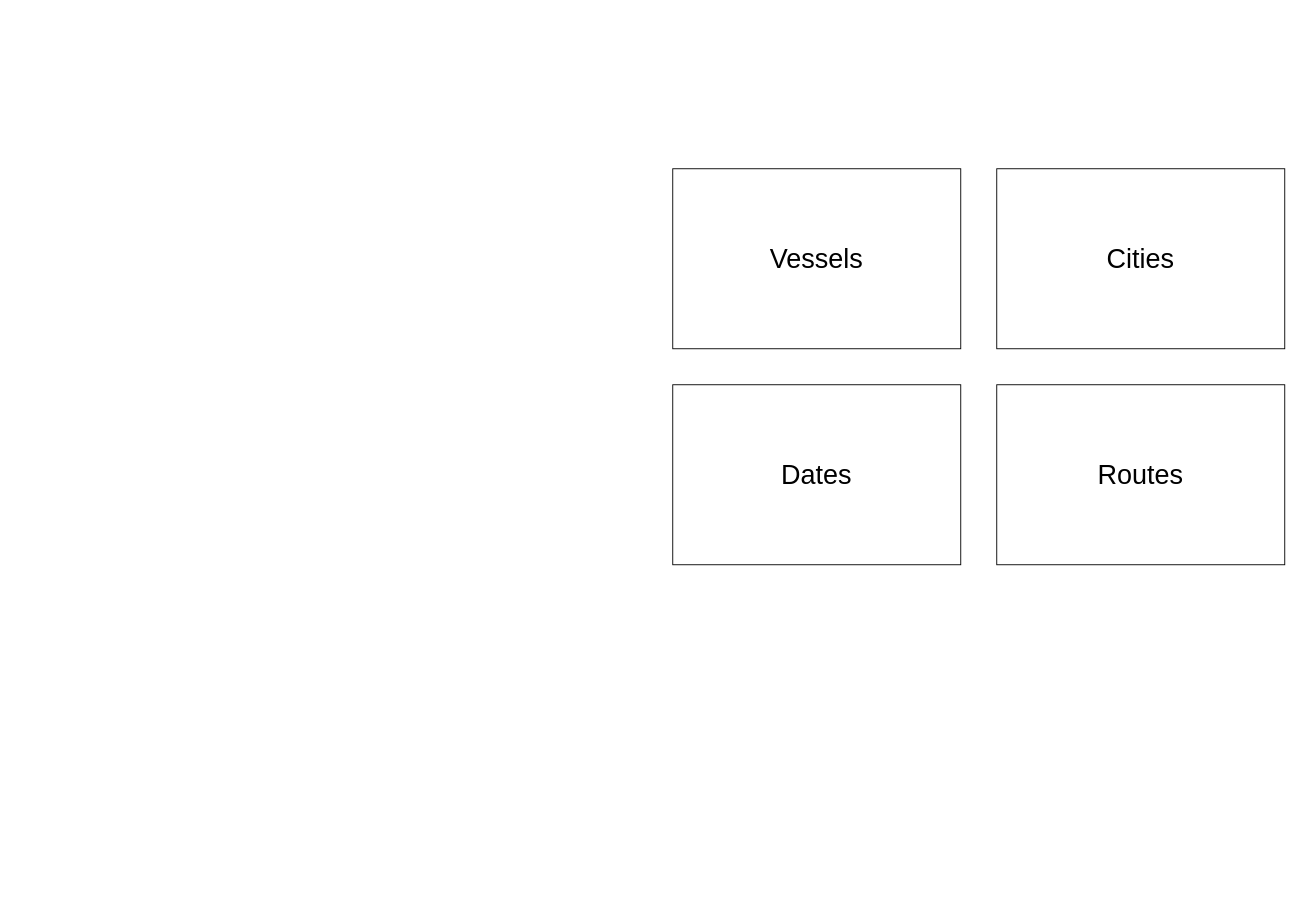
Before: drawIo/PP2(E/R)Diagram.drawio in jmsaRuc/sofdevporjekt, a draw.io diagram. Source tidied: cells renumbered, new cells numbered last; positions are measured from the earlier drawing's top-left corner, leaving out a move shared by most shapes. Both pictures are drawn from the tidied source at 90%, with x=0, y=0 at pixel (672, 168).
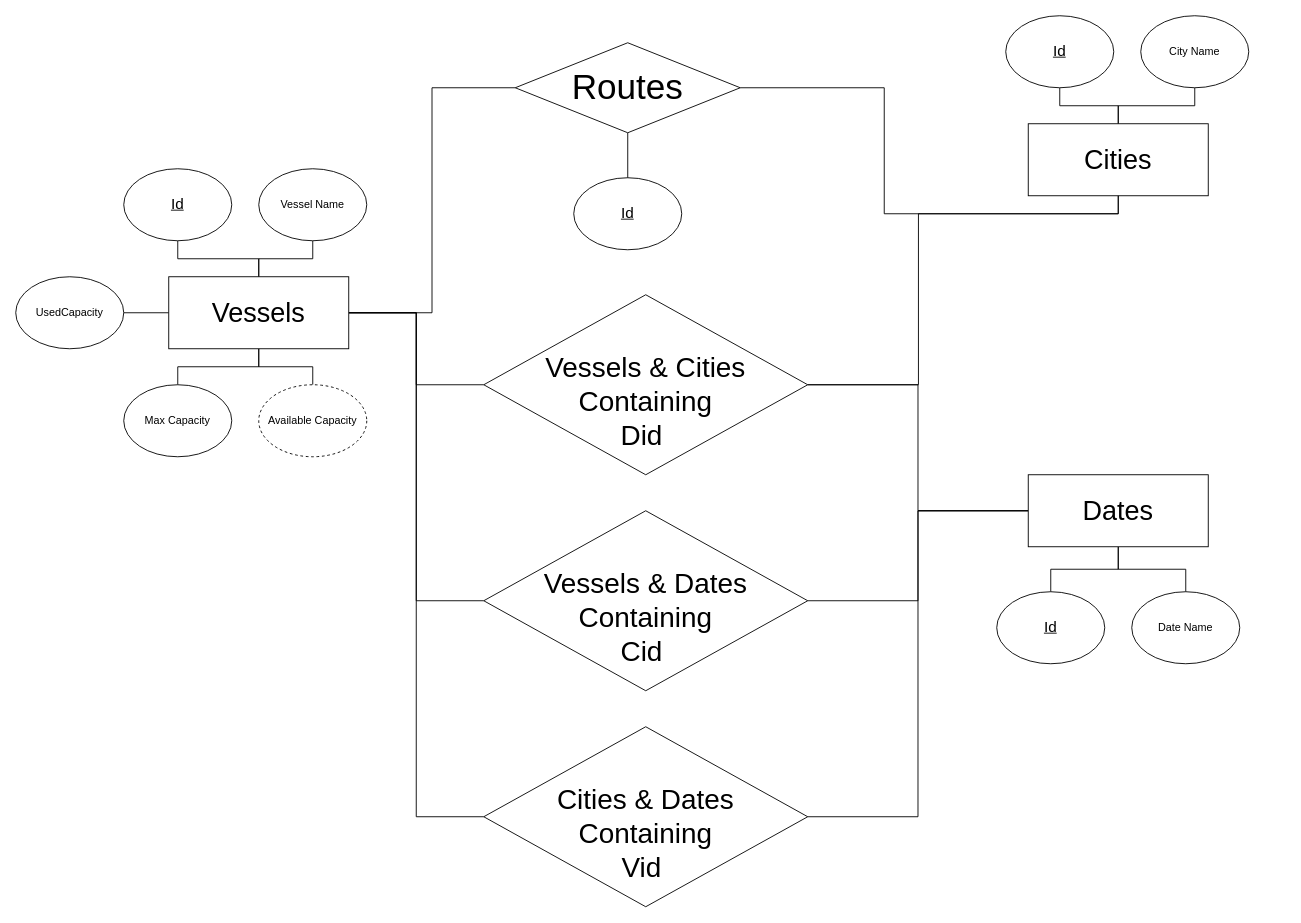
The same diagram, later.

Diff of the diagram source:
```diff
@@
+    <mxCell id="6" style="edgeStyle=orthogonalEdgeStyle;rounded=0;jettySize=auto;html=1;endArrow=none;endFill=0;" parent="1" edge="1" source="2" target="25">
+      <mxGeometry relative="1" as="geometry" />
+    </mxCell>
+    <mxCell id="7" style="edgeStyle=orthogonalEdgeStyle;rounded=0;jettySize=auto;html=1;endArrow=none;endFill=0;" parent="1" edge="1" source="2" target="23">
+      <mxGeometry relative="1" as="geometry" />
+    </mxCell>
+    <mxCell id="8" style="edgeStyle=orthogonalEdgeStyle;rounded=0;jettySize=auto;html=1;endArrow=none;endFill=0;" parent="1" edge="1" source="2" target="24">
+      <mxGeometry relative="1" as="geometry" />
+    </mxCell>
+    <mxCell id="9" style="edgeStyle=orthogonalEdgeStyle;rounded=0;jettySize=auto;html=1;endArrow=none;endFill=0;" parent="1" edge="1" source="2" target="27">
+      <mxGeometry relative="1" as="geometry" />
+    </mxCell>
+    <mxCell id="10" style="edgeStyle=orthogonalEdgeStyle;rounded=0;jettySize=auto;html=1;entryX=0.5;entryY=0;entryDx=0;entryDy=0;endArrow=none;endFill=0;" parent="1" edge="1" source="2" target="26">
+      <mxGeometry relative="1" as="geometry" />
+    </mxCell>
+    <mxCell id="11" style="edgeStyle=orthogonalEdgeStyle;rounded=0;jettySize=auto;html=1;entryX=0;entryY=0.5;entryDx=0;entryDy=0;endArrow=none;endFill=0;" parent="1" edge="1" source="2" target="35">
+      <mxGeometry relative="1" as="geometry" />
+    </mxCell>
+    <mxCell id="12" style="edgeStyle=orthogonalEdgeStyle;rounded=0;jettySize=auto;html=1;entryX=0;entryY=0.5;entryDx=0;entryDy=0;endArrow=none;endFill=0;" parent="1" edge="1" source="2" target="5">
+      <mxGeometry relative="1" as="geometry" />
+    </mxCell>
+    <mxCell id="13" style="edgeStyle=orthogonalEdgeStyle;rounded=0;jettySize=auto;html=1;entryX=0;entryY=0.5;entryDx=0;entryDy=0;endArrow=none;endFill=0;" parent="1" edge="1" source="2" target="36">
+      <mxGeometry relative="1" as="geometry" />
+    </mxCell>
+    <mxCell id="14" style="edgeStyle=orthogonalEdgeStyle;rounded=0;jettySize=auto;html=1;entryX=0;entryY=0.5;entryDx=0;entryDy=0;endArrow=none;endFill=0;" parent="1" edge="1" source="2" target="37">
+      <mxGeometry relative="1" as="geometry" />
+    </mxCell>
     <mxCell id="2" value="&lt;font style=&quot;font-size: 30px;&quot;&gt;Vessels&lt;/font&gt;" style="rounded=0;whiteSpace=wrap;html=1;" parent="1" vertex="1">
-      <mxGeometry width="320" height="200" as="geometry" />
+      <mxGeometry x="-560" y="120" width="200" height="80" as="geometry" />
     </mxCell>
+    <mxCell id="15" style="edgeStyle=orthogonalEdgeStyle;rounded=0;jettySize=auto;html=1;endArrow=none;endFill=0;" parent="1" edge="1" source="3" target="29">
+      <mxGeometry relative="1" as="geometry" />
+    </mxCell>
+    <mxCell id="16" style="edgeStyle=orthogonalEdgeStyle;rounded=0;jettySize=auto;html=1;endArrow=none;endFill=0;" parent="1" edge="1" source="3" target="28">
+      <mxGeometry relative="1" as="geometry" />
+    </mxCell>
+    <mxCell id="17" style="edgeStyle=orthogonalEdgeStyle;rounded=0;jettySize=auto;html=1;entryX=1;entryY=0.5;entryDx=0;entryDy=0;endArrow=none;endFill=0;" parent="1" edge="1" source="3" target="37">
+      <mxGeometry relative="1" as="geometry">
+        <Array as="points">
+          <mxPoint x="495" y="50" />
+          <mxPoint x="273" y="50" />
+          <mxPoint x="273" y="240" />
+        </Array>
+      </mxGeometry>
+    </mxCell>
     <mxCell id="3" value="&lt;font style=&quot;font-size: 30px;&quot;&gt;Cities&lt;/font&gt;" style="rounded=0;whiteSpace=wrap;html=1;" parent="1" vertex="1">
-      <mxGeometry x="360" width="320" height="200" as="geometry" />
+      <mxGeometry x="395" y="-50" width="200" height="80" as="geometry" />
     </mxCell>
+    <mxCell id="18" style="edgeStyle=orthogonalEdgeStyle;rounded=0;jettySize=auto;html=1;endArrow=none;endFill=0;" parent="1" edge="1" source="4" target="31">
+      <mxGeometry relative="1" as="geometry" />
+    </mxCell>
+    <mxCell id="19" style="edgeStyle=orthogonalEdgeStyle;rounded=0;jettySize=auto;html=1;endArrow=none;endFill=0;" parent="1" edge="1" source="4" target="30">
+      <mxGeometry relative="1" as="geometry" />
+    </mxCell>
+    <mxCell id="20" style="edgeStyle=orthogonalEdgeStyle;rounded=0;jettySize=auto;html=1;exitX=0;exitY=0.5;exitDx=0;exitDy=0;entryX=1;entryY=0.5;entryDx=0;entryDy=0;endArrow=none;endFill=0;" parent="1" edge="1" source="4" target="35">
+      <mxGeometry relative="1" as="geometry" />
+    </mxCell>
+    <mxCell id="21" style="edgeStyle=orthogonalEdgeStyle;rounded=0;jettySize=auto;html=1;entryX=1;entryY=0.5;entryDx=0;entryDy=0;endArrow=none;endFill=0;" parent="1" edge="1" source="4" target="36">
+      <mxGeometry relative="1" as="geometry" />
+    </mxCell>
+    <mxCell id="22" style="edgeStyle=orthogonalEdgeStyle;rounded=0;jettySize=auto;html=1;entryX=1;entryY=0.5;entryDx=0;entryDy=0;endArrow=none;endFill=0;" parent="1" edge="1" source="4" target="37">
+      <mxGeometry relative="1" as="geometry" />
+    </mxCell>
     <mxCell id="4" value="&lt;font style=&quot;font-size: 30px;&quot;&gt;Dates&lt;/font&gt;" style="rounded=0;whiteSpace=wrap;html=1;" parent="1" vertex="1">
-      <mxGeometry y="240" width="320" height="200" as="geometry" />
+      <mxGeometry x="395" y="340" width="200" height="80" as="geometry" />
     </mxCell>
+    <mxCell id="23" value="&lt;u&gt;&lt;font style=&quot;font-size: 17px;&quot;&gt;Id&lt;/font&gt;&lt;/u&gt;" style="ellipse;whiteSpace=wrap;html=1;" parent="1" vertex="1">
+      <mxGeometry x="-610" width="120" height="80" as="geometry" />
+    </mxCell>
+    <mxCell id="24" value="Vessel Name" style="ellipse;whiteSpace=wrap;html=1;" parent="1" vertex="1">
+      <mxGeometry x="-460" width="120" height="80" as="geometry" />
+    </mxCell>
+    <mxCell id="25" value="UsedCapacity" style="ellipse;whiteSpace=wrap;html=1;" parent="1" vertex="1">
+      <mxGeometry x="-730" y="120" width="120" height="80" as="geometry" />
+    </mxCell>
+    <mxCell id="26" value="Max Capacity" style="ellipse;whiteSpace=wrap;html=1;" parent="1" vertex="1">
+      <mxGeometry x="-610" y="240" width="120" height="80" as="geometry" />
+    </mxCell>
+    <mxCell id="27" value="Available Capacity" style="ellipse;whiteSpace=wrap;html=1;dashed=1;" parent="1" vertex="1">
+      <mxGeometry x="-460" y="240" width="120" height="80" as="geometry" />
+    </mxCell>
+    <mxCell id="28" value="&lt;font style=&quot;font-size: 17px;&quot;&gt;&lt;u&gt;Id&lt;/u&gt;&lt;/font&gt;" style="ellipse;whiteSpace=wrap;html=1;" parent="1" vertex="1">
+      <mxGeometry x="370" y="-170" width="120" height="80" as="geometry" />
+    </mxCell>
+    <mxCell id="29" value="City Name" style="ellipse;whiteSpace=wrap;html=1;" parent="1" vertex="1">
+      <mxGeometry x="520" y="-170" width="120" height="80" as="geometry" />
+    </mxCell>
+    <mxCell id="30" value="&lt;font style=&quot;font-size: 17px;&quot;&gt;&lt;u&gt;Id&lt;/u&gt;&lt;/font&gt;" style="ellipse;whiteSpace=wrap;html=1;" parent="1" vertex="1">
+      <mxGeometry x="360" y="470" width="120" height="80" as="geometry" />
+    </mxCell>
+    <mxCell id="31" value="Date Name" style="ellipse;whiteSpace=wrap;html=1;" parent="1" vertex="1">
+      <mxGeometry x="510" y="470" width="120" height="80" as="geometry" />
+    </mxCell>
+    <mxCell id="32" value="&lt;font style=&quot;font-size: 17px;&quot;&gt;&lt;u&gt;Id&lt;/u&gt;&lt;/font&gt;" style="ellipse;whiteSpace=wrap;html=1;" parent="1" vertex="1">
+      <mxGeometry x="-110" y="10" width="120" height="80" as="geometry" />
+    </mxCell>
+    <mxCell id="33" style="edgeStyle=orthogonalEdgeStyle;rounded=0;jettySize=auto;html=1;endArrow=none;endFill=0;" parent="1" edge="1" source="5" target="32">
+      <mxGeometry relative="1" as="geometry" />
+    </mxCell>
+    <mxCell id="34" style="edgeStyle=orthogonalEdgeStyle;rounded=0;jettySize=auto;html=1;entryX=0.5;entryY=1;entryDx=0;entryDy=0;endArrow=none;endFill=0;" parent="1" edge="1" source="5" target="3">
+      <mxGeometry relative="1" as="geometry" />
+    </mxCell>
-    <mxCell id="5" value="&lt;font style=&quot;font-size: 30px;&quot;&gt;Routes&lt;/font&gt;" style="rounded=0;whiteSpace=wrap;html=1;" parent="1" vertex="1">
-      <mxGeometry x="360" y="240" width="320" height="200" as="geometry" />
+    <mxCell id="5" value="&lt;font style=&quot;font-size: 39px;&quot;&gt;Routes&lt;/font&gt;" style="rhombus;whiteSpace=wrap;html=1;" parent="1" vertex="1">
+      <mxGeometry x="-175" y="-140" width="250" height="100" as="geometry" />
     </mxCell>
+    <mxCell id="35" value="&lt;span style=&quot;font-size: 31px;&quot;&gt;&lt;br&gt;Cities &amp;amp; Dates&lt;br&gt;Containing&lt;br&gt;Vid&amp;nbsp;&lt;br&gt;&lt;/span&gt;" style="rhombus;whiteSpace=wrap;html=1;" parent="1" vertex="1">
+      <mxGeometry x="-210" y="620" width="360" height="200" as="geometry" />
+    </mxCell>
+    <mxCell id="36" value="&lt;span style=&quot;font-size: 31px;&quot;&gt;&lt;br&gt;Vessels &amp;amp; Dates&lt;br&gt;Containing&lt;br&gt;Cid&amp;nbsp;&lt;br&gt;&lt;/span&gt;" style="rhombus;whiteSpace=wrap;html=1;" parent="1" vertex="1">
+      <mxGeometry x="-210" y="380" width="360" height="200" as="geometry" />
+    </mxCell>
+    <mxCell id="37" value="&lt;span style=&quot;font-size: 31px;&quot;&gt;&lt;br&gt;Vessels &amp;amp; Cities&lt;br&gt;Containing&lt;br&gt;Did&amp;nbsp;&lt;br&gt;&lt;/span&gt;" style="rhombus;whiteSpace=wrap;html=1;" parent="1" vertex="1">
+      <mxGeometry x="-210" y="140" width="360" height="200" as="geometry" />
+    </mxCell>
```
